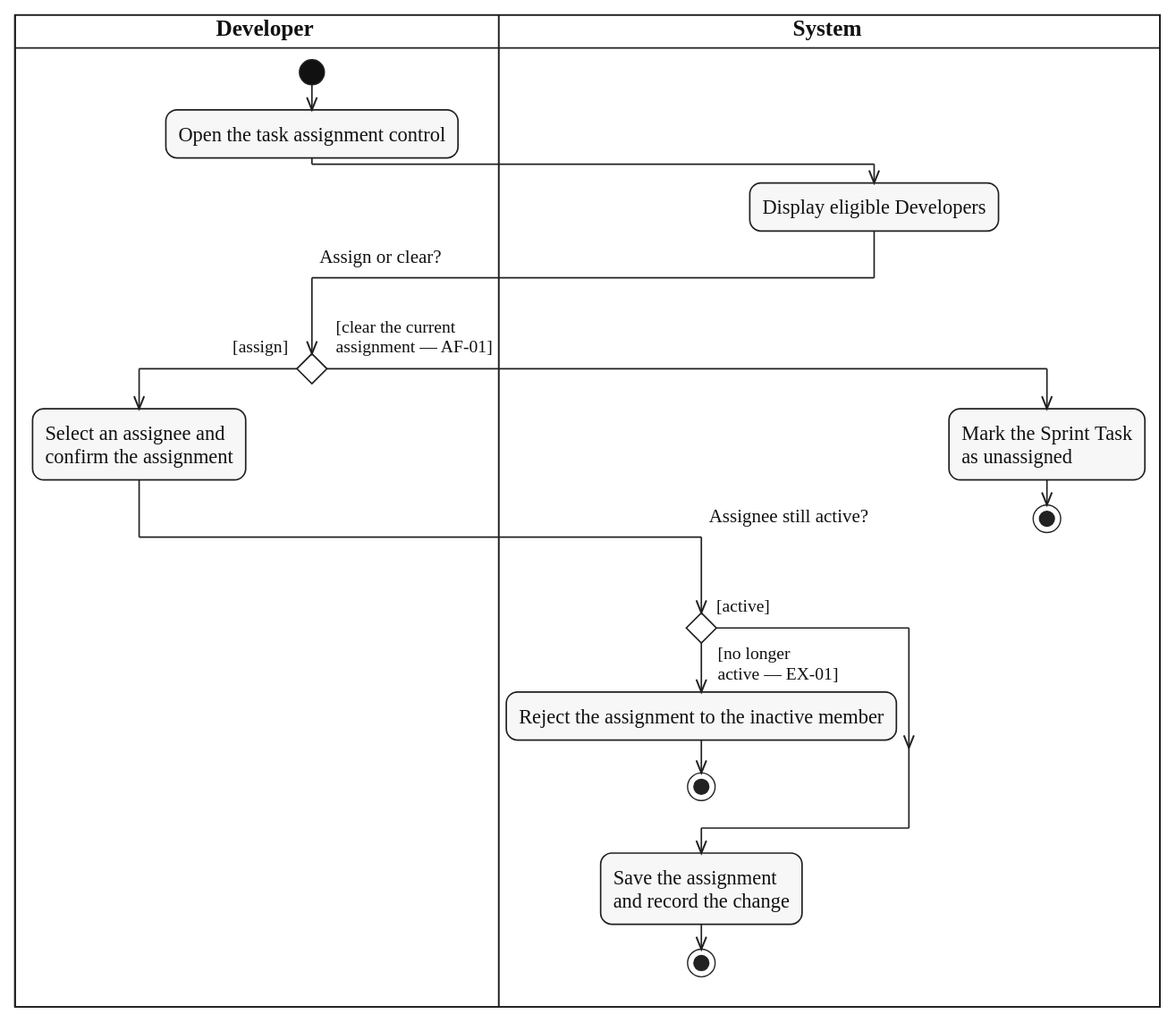
Earlier version of the PlantUML export diagrams/activity/sprint-work/svg/UC-SPRINT-TASK-ASSIGN.svg (lukenab/swd392-doc-automation). Its source is kept beside it as diagrams/activity/sprint-work/source/UC-SPRINT-TASK-ASSIGN.puml. Source of this version:
```plantuml
@startuml UC-SPRINT-TASK-ASSIGN
!include ../../_shared/activity-style.puml
|DEV| $lane_title("Developer")
|SYS| $lane_title("System")

|DEV|
start
:Open the task assignment control;
|SYS|
:Display eligible Developers;
|DEV|
if ($question_x("Assign or clear?")) then ($guard_left("[assign]"))
  :Select an assignee and
  confirm the assignment;
  |SYS|
  if ($question_x("Assignee still active?")) then ($guard_left("[active]"))
  else ($guard_right("[no longer", "active — EX-01]"))
    :Reject the assignment to the inactive member;
    stop
  endif
  :Save the assignment
  and record the change;
  stop
else ($guard_right("[clear the current", "assignment — AF-01]"))
  |SYS|
  :Mark the Sprint Task
  as unassigned;
  stop
endif
@enduml
```
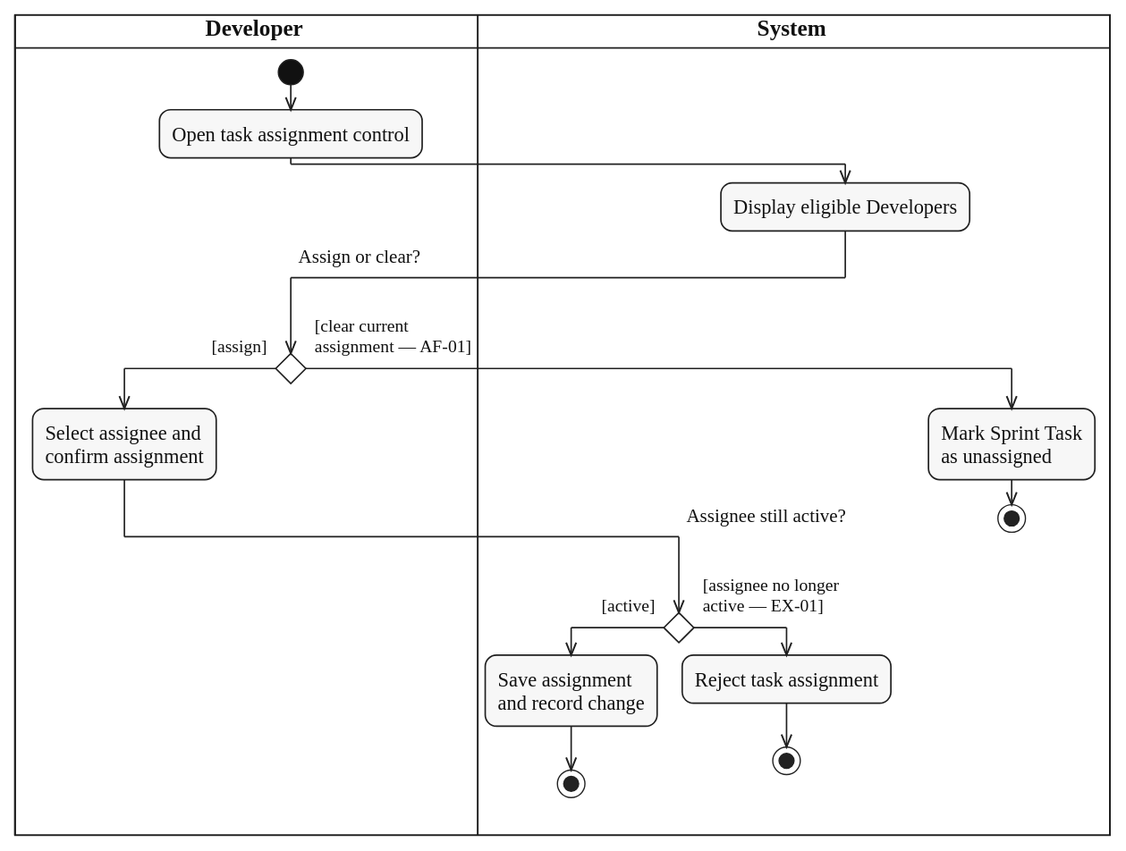
The same diagram one commit later.

Diff of the diagram source:
```diff
@@ -5,25 +5,25 @@
 
 |DEV|
 start
-:Open the task assignment control;
+:Open task assignment control;
 |SYS|
 :Display eligible Developers;
 |DEV|
 if ($question_x("Assign or clear?")) then ($guard_left("[assign]"))
-  :Select an assignee and
-  confirm the assignment;
+  :Select assignee and
+  confirm assignment;
   |SYS|
   if ($question_x("Assignee still active?")) then ($guard_left("[active]"))
-  else ($guard_right("[no longer", "active — EX-01]"))
-    :Reject the assignment to the inactive member;
+    :Save assignment
+    and record change;
+    stop
+  else ($guard_right("[assignee no longer", "active — EX-01]"))
+    :Reject task assignment;
     stop
   endif
-  :Save the assignment
-  and record the change;
-  stop
-else ($guard_right("[clear the current", "assignment — AF-01]"))
+else ($guard_right("[clear current", "assignment — AF-01]"))
   |SYS|
-  :Mark the Sprint Task
+  :Mark Sprint Task
   as unassigned;
   stop
 endif
```
